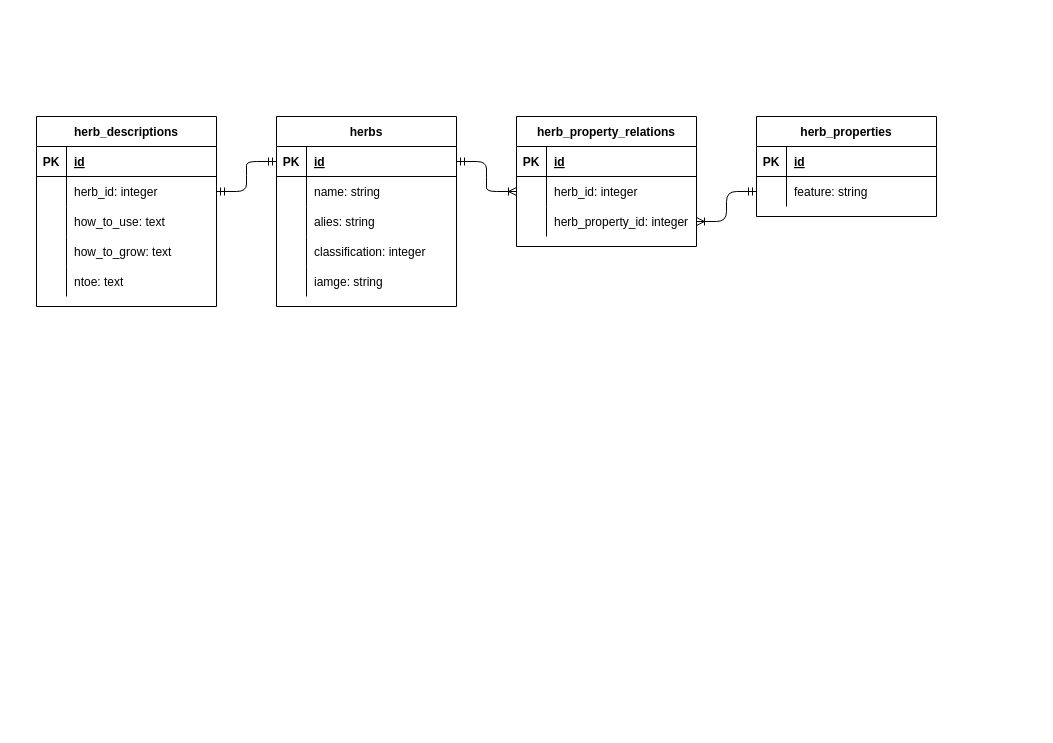
Above: er.dio in atsushi0919/herbnote (draw.io), before the change. Source tidied: cells renumbered, new cells numbered last; positions are measured from the earlier drawing's top-left corner, leaving out a move shared by most shapes. Both pictures are drawn from the tidied source at 100%, with x=0, y=0 at pixel (36, 116).
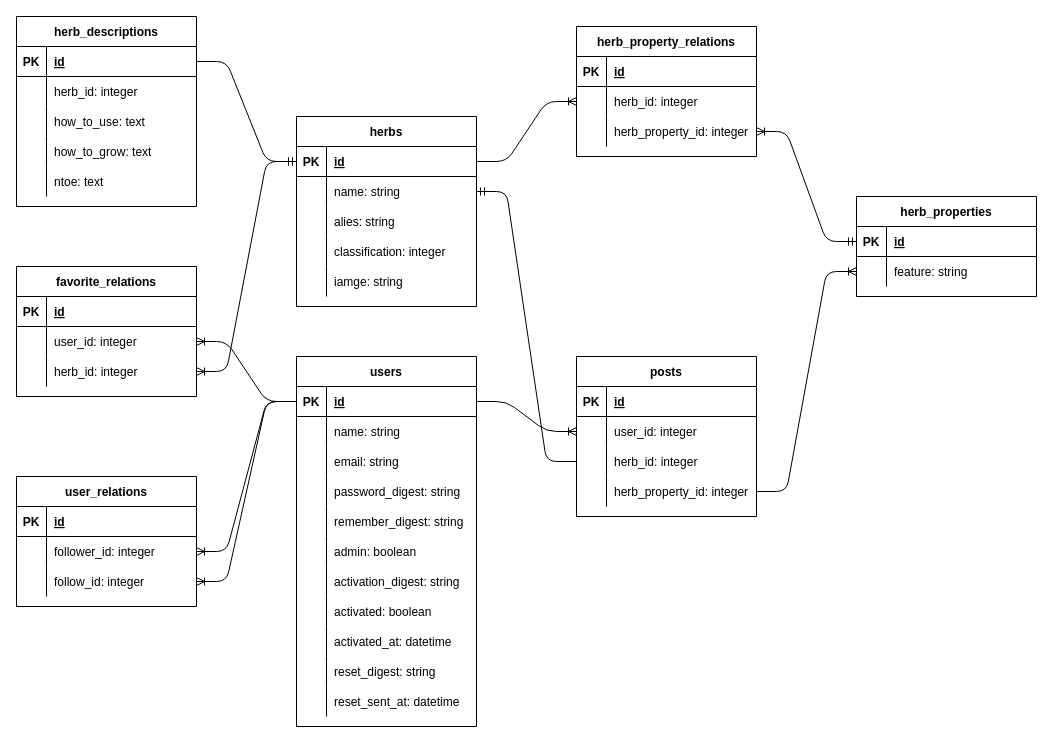
The same diagram, later.

Unchanged cells that the change refers to:
```xml
<mxCell id="3" style="shape=partialRectangle;fillColor=none;top=0;left=0;bottom=1;right=0;points=[[0,0.5],[1,0.5]];portConstraint=eastwest;" parent="2" vertex="1">
  <mxGeometry y="30" width="180" height="30" as="geometry" />
</mxCell>
<mxCell id="6" style="shape=partialRectangle;fillColor=none;top=0;left=0;bottom=0;right=0;points=[[0,0.5],[1,0.5]];portConstraint=eastwest;" parent="2" vertex="1">
  <mxGeometry y="60" width="180" height="30" as="geometry" />
</mxCell>
<mxCell id="19" style="shape=partialRectangle;fillColor=none;top=0;left=0;bottom=1;right=0;points=[[0,0.5],[1,0.5]];portConstraint=eastwest;" parent="18" vertex="1">
  <mxGeometry y="30" width="180" height="30" as="geometry" />
</mxCell>
<mxCell id="22" style="shape=partialRectangle;fillColor=none;top=0;left=0;bottom=0;right=0;points=[[0,0.5],[1,0.5]];portConstraint=eastwest;" parent="18" vertex="1">
  <mxGeometry y="60" width="180" height="30" as="geometry" />
</mxCell>
<mxCell id="29" style="shape=partialRectangle;fillColor=none;top=0;left=0;bottom=0;right=0;points=[[0,0.5],[1,0.5]];portConstraint=eastwest;" parent="25" vertex="1">
  <mxGeometry y="60" width="180" height="30" as="geometry" />
</mxCell>
<mxCell id="32" style="shape=partialRectangle;fillColor=none;top=0;left=0;bottom=0;right=0;points=[[0,0.5],[1,0.5]];portConstraint=eastwest;" parent="25" vertex="1">
  <mxGeometry y="90" width="180" height="30" as="geometry" />
</mxCell>
<mxCell id="38" style="shape=partialRectangle;fillColor=none;top=0;left=0;bottom=1;right=0;points=[[0,0.5],[1,0.5]];portConstraint=eastwest;" parent="37" vertex="1">
  <mxGeometry y="30" width="180" height="30" as="geometry" />
</mxCell>
<mxCell id="41" style="shape=partialRectangle;fillColor=none;top=0;left=0;bottom=0;right=0;points=[[0,0.5],[1,0.5]];portConstraint=eastwest;" parent="37" vertex="1">
  <mxGeometry y="60" width="180" height="30" as="geometry" />
</mxCell>
```

The edit, as a diff of the source:
```diff
@@
     <mxCell id="2" value="herbs" style="shape=table;startSize=30;childLayout=tableLayout;rowLines=0;fontStyle=1;align=center;" parent="1" vertex="1">
-      <mxGeometry x="240" width="180" height="190" as="geometry" />
+      <mxGeometry x="260" width="180" height="190" as="geometry" />
     </mxCell>
@@
     <mxCell id="18" value="herb_properties" style="shape=table;startSize=30;childLayout=tableLayout;rowLines=0;fontStyle=1;align=center;" parent="1" vertex="1">
-      <mxGeometry x="720" width="180" height="100" as="geometry" />
+      <mxGeometry x="820" y="80" width="180" height="100" as="geometry" />
     </mxCell>
@@
     <mxCell id="25" value="herb_property_relations" style="shape=table;startSize=30;childLayout=tableLayout;rowLines=0;fontStyle=1;align=center;" parent="1" vertex="1">
-      <mxGeometry x="480" width="180" height="130" as="geometry" />
+      <mxGeometry x="540" y="-90" width="180" height="130" as="geometry" />
     </mxCell>
@@
-    <mxCell id="35" style="edgeStyle=entityRelationEdgeStyle;fontSize=12;html=1;endArrow=ERoneToMany;startArrow=ERmandOne;exitX=1;exitY=0.5;exitDx=0;exitDy=0;entryX=0;entryY=0.5;entryDx=0;entryDy=0;" parent="1" edge="1" source="3" target="29">
-      <mxGeometry relative="1" as="geometry" />
-    </mxCell>
-    <mxCell id="36" style="edgeStyle=entityRelationEdgeStyle;fontSize=12;html=1;endArrow=ERoneToMany;startArrow=ERmandOne;exitX=0;exitY=0.5;exitDx=0;exitDy=0;entryX=1;entryY=0.5;entryDx=0;entryDy=0;" parent="1" edge="1" source="22" target="32">
+    <mxCell id="36" style="edgeStyle=entityRelationEdgeStyle;fontSize=12;html=1;endArrow=ERoneToMany;startArrow=ERmandOne;exitX=0;exitY=0.5;exitDx=0;exitDy=0;entryX=1;entryY=0.5;entryDx=0;entryDy=0;" parent="1" edge="1" source="19" target="32">
       <mxGeometry relative="1" as="geometry" />
     </mxCell>
     <mxCell id="37" value="herb_descriptions" style="shape=table;startSize=30;childLayout=tableLayout;rowLines=0;fontStyle=1;align=center;" parent="1" vertex="1">
-      <mxGeometry width="180" height="190" as="geometry" />
+      <mxGeometry x="-20" y="-100" width="180" height="190" as="geometry" />
     </mxCell>
@@
-    <mxCell id="53" style="edgeStyle=entityRelationEdgeStyle;fontSize=12;html=1;endArrow=ERmandOne;startArrow=ERmandOne;entryX=0;entryY=0.5;entryDx=0;entryDy=0;exitX=1;exitY=0.5;exitDx=0;exitDy=0;" parent="1" edge="1" source="41" target="3">
-      <mxGeometry relative="1" as="geometry" />
-    </mxCell>
+    <mxCell id="54" value="users" style="shape=table;startSize=30;childLayout=tableLayout;rowLines=0;fontStyle=1;align=center;" parent="1" vertex="1">
+      <mxGeometry x="260" y="240" width="180" height="370" as="geometry" />
+    </mxCell>
+    <mxCell id="55" style="shape=partialRectangle;fillColor=none;top=0;left=0;bottom=1;right=0;points=[[0,0.5],[1,0.5]];portConstraint=eastwest;" parent="54" vertex="1">
+      <mxGeometry y="30" width="180" height="30" as="geometry" />
+    </mxCell>
+    <mxCell id="56" value="PK" style="shape=partialRectangle;fillColor=none;top=0;left=0;bottom=0;right=0;fontStyle=1;overflow=hidden;" parent="55" vertex="1">
+      <mxGeometry width="30" height="30" as="geometry" />
+    </mxCell>
+    <mxCell id="57" value="id" style="shape=partialRectangle;fillColor=none;top=0;left=0;bottom=0;right=0;align=left;spacingLeft=6;fontStyle=5;overflow=hidden;" parent="55" vertex="1">
+      <mxGeometry x="30" width="150" height="30" as="geometry" />
+    </mxCell>
+    <mxCell id="58" style="shape=partialRectangle;fillColor=none;top=0;left=0;bottom=0;right=0;" parent="54" vertex="1">
+      <mxGeometry y="60" width="180" height="30" as="geometry" />
+    </mxCell>
+    <mxCell id="59" style="shape=partialRectangle;fillColor=none;top=0;left=0;bottom=0;right=0;overflow=hidden;" parent="58" vertex="1">
+      <mxGeometry width="30" height="30" as="geometry" />
+    </mxCell>
+    <mxCell id="60" value="name: string" style="shape=partialRectangle;fillColor=none;top=0;left=0;bottom=0;right=0;align=left;spacingLeft=6;overflow=hidden;" parent="58" vertex="1">
+      <mxGeometry x="30" width="150" height="30" as="geometry" />
+    </mxCell>
+    <mxCell id="61" style="shape=partialRectangle;fillColor=none;top=0;left=0;bottom=0;right=0;" parent="54" vertex="1">
+      <mxGeometry y="90" width="180" height="30" as="geometry" />
+    </mxCell>
+    <mxCell id="62" style="shape=partialRectangle;fillColor=none;top=0;left=0;bottom=0;right=0;overflow=hidden;" parent="61" vertex="1">
+      <mxGeometry width="30" height="30" as="geometry" />
+    </mxCell>
+    <mxCell id="63" value="email: string" style="shape=partialRectangle;fillColor=none;top=0;left=0;bottom=0;right=0;align=left;spacingLeft=6;overflow=hidden;" parent="61" vertex="1">
+      <mxGeometry x="30" width="150" height="30" as="geometry" />
+    </mxCell>
+    <mxCell id="64" style="shape=partialRectangle;fillColor=none;top=0;left=0;bottom=0;right=0;" parent="54" vertex="1">
+      <mxGeometry y="120" width="180" height="30" as="geometry" />
+    </mxCell>
+    <mxCell id="65" style="shape=partialRectangle;fillColor=none;top=0;left=0;bottom=0;right=0;overflow=hidden;" parent="64" vertex="1">
+      <mxGeometry width="30" height="30" as="geometry" />
+    </mxCell>
+    <mxCell id="66" value="password_digest: string" style="shape=partialRectangle;fillColor=none;top=0;left=0;bottom=0;right=0;align=left;spacingLeft=6;overflow=hidden;" parent="64" vertex="1">
+      <mxGeometry x="30" width="150" height="30" as="geometry" />
+    </mxCell>
+    <mxCell id="67" style="shape=partialRectangle;fillColor=none;top=0;left=0;bottom=0;right=0;" parent="54" vertex="1">
+      <mxGeometry y="150" width="180" height="30" as="geometry" />
+    </mxCell>
+    <mxCell id="68" style="shape=partialRectangle;fillColor=none;top=0;left=0;bottom=0;right=0;overflow=hidden;" parent="67" vertex="1">
+      <mxGeometry width="30" height="30" as="geometry" />
+    </mxCell>
+    <mxCell id="69" value="remember_digest: string" style="shape=partialRectangle;fillColor=none;top=0;left=0;bottom=0;right=0;align=left;spacingLeft=6;overflow=hidden;" parent="67" vertex="1">
+      <mxGeometry x="30" width="150" height="30" as="geometry" />
+    </mxCell>
+    <mxCell id="70" style="shape=partialRectangle;fillColor=none;top=0;left=0;bottom=0;right=0;" parent="54" vertex="1">
+      <mxGeometry y="180" width="180" height="30" as="geometry" />
+    </mxCell>
+    <mxCell id="71" style="shape=partialRectangle;fillColor=none;top=0;left=0;bottom=0;right=0;overflow=hidden;" parent="70" vertex="1">
+      <mxGeometry width="30" height="30" as="geometry" />
+    </mxCell>
+    <mxCell id="72" value="admin: boolean" style="shape=partialRectangle;fillColor=none;top=0;left=0;bottom=0;right=0;align=left;spacingLeft=6;overflow=hidden;" parent="70" vertex="1">
+      <mxGeometry x="30" width="150" height="30" as="geometry" />
+    </mxCell>
+    <mxCell id="73" style="shape=partialRectangle;fillColor=none;top=0;left=0;bottom=0;right=0;" parent="54" vertex="1">
+      <mxGeometry y="210" width="180" height="30" as="geometry" />
+    </mxCell>
+    <mxCell id="74" style="shape=partialRectangle;fillColor=none;top=0;left=0;bottom=0;right=0;overflow=hidden;" parent="73" vertex="1">
+      <mxGeometry width="30" height="30" as="geometry" />
+    </mxCell>
+    <mxCell id="75" value="activation_digest: string" style="shape=partialRectangle;fillColor=none;top=0;left=0;bottom=0;right=0;align=left;spacingLeft=6;overflow=hidden;" parent="73" vertex="1">
+      <mxGeometry x="30" width="150" height="30" as="geometry" />
+    </mxCell>
+    <mxCell id="76" style="shape=partialRectangle;fillColor=none;top=0;left=0;bottom=0;right=0;" parent="54" vertex="1">
+      <mxGeometry y="240" width="180" height="30" as="geometry" />
+    </mxCell>
+    <mxCell id="77" style="shape=partialRectangle;fillColor=none;top=0;left=0;bottom=0;right=0;overflow=hidden;" parent="76" vertex="1">
+      <mxGeometry width="30" height="30" as="geometry" />
+    </mxCell>
+    <mxCell id="78" value="activated: boolean" style="shape=partialRectangle;fillColor=none;top=0;left=0;bottom=0;right=0;align=left;spacingLeft=6;overflow=hidden;" parent="76" vertex="1">
+      <mxGeometry x="30" width="150" height="30" as="geometry" />
+    </mxCell>
+    <mxCell id="79" style="shape=partialRectangle;fillColor=none;top=0;left=0;bottom=0;right=0;" parent="54" vertex="1">
+      <mxGeometry y="270" width="180" height="30" as="geometry" />
+    </mxCell>
+    <mxCell id="80" style="shape=partialRectangle;fillColor=none;top=0;left=0;bottom=0;right=0;overflow=hidden;" parent="79" vertex="1">
+      <mxGeometry width="30" height="30" as="geometry" />
+    </mxCell>
+    <mxCell id="81" value="activated_at: datetime" style="shape=partialRectangle;fillColor=none;top=0;left=0;bottom=0;right=0;align=left;spacingLeft=6;overflow=hidden;" parent="79" vertex="1">
+      <mxGeometry x="30" width="150" height="30" as="geometry" />
+    </mxCell>
+    <mxCell id="82" style="shape=partialRectangle;fillColor=none;top=0;left=0;bottom=0;right=0;" parent="54" vertex="1">
+      <mxGeometry y="300" width="180" height="30" as="geometry" />
+    </mxCell>
+    <mxCell id="83" style="shape=partialRectangle;fillColor=none;top=0;left=0;bottom=0;right=0;overflow=hidden;" parent="82" vertex="1">
+      <mxGeometry width="30" height="30" as="geometry" />
+    </mxCell>
+    <mxCell id="84" value="reset_digest: string" style="shape=partialRectangle;fillColor=none;top=0;left=0;bottom=0;right=0;align=left;spacingLeft=6;overflow=hidden;" parent="82" vertex="1">
+      <mxGeometry x="30" width="150" height="30" as="geometry" />
+    </mxCell>
+    <mxCell id="85" style="shape=partialRectangle;fillColor=none;top=0;left=0;bottom=0;right=0;" parent="54" vertex="1">
+      <mxGeometry y="330" width="180" height="30" as="geometry" />
+    </mxCell>
+    <mxCell id="86" style="shape=partialRectangle;fillColor=none;top=0;left=0;bottom=0;right=0;overflow=hidden;" parent="85" vertex="1">
+      <mxGeometry width="30" height="30" as="geometry" />
+    </mxCell>
+    <mxCell id="87" value="reset_sent_at: datetime" style="shape=partialRectangle;fillColor=none;top=0;left=0;bottom=0;right=0;align=left;spacingLeft=6;overflow=hidden;" parent="85" vertex="1">
+      <mxGeometry x="30" width="150" height="30" as="geometry" />
+    </mxCell>
+    <mxCell id="88" value="user_relations" style="shape=table;startSize=30;childLayout=tableLayout;rowLines=0;fontStyle=1;align=center;" parent="1" vertex="1">
+      <mxGeometry x="-20" y="360" width="180" height="130" as="geometry" />
+    </mxCell>
+    <mxCell id="89" style="shape=partialRectangle;fillColor=none;top=0;left=0;bottom=1;right=0;" parent="88" vertex="1">
+      <mxGeometry y="30" width="180" height="30" as="geometry" />
+    </mxCell>
+    <mxCell id="90" value="PK" style="shape=partialRectangle;fillColor=none;top=0;left=0;bottom=0;right=0;fontStyle=1;overflow=hidden;" parent="89" vertex="1">
+      <mxGeometry width="30" height="30" as="geometry" />
+    </mxCell>
+    <mxCell id="91" value="id" style="shape=partialRectangle;fillColor=none;top=0;left=0;bottom=0;right=0;align=left;spacingLeft=6;fontStyle=5;overflow=hidden;" parent="89" vertex="1">
+      <mxGeometry x="30" width="150" height="30" as="geometry" />
+    </mxCell>
+    <mxCell id="92" style="shape=partialRectangle;fillColor=none;top=0;left=0;bottom=0;right=0;points=[[0,0.5],[1,0.5]];portConstraint=eastwest;" parent="88" vertex="1">
+      <mxGeometry y="60" width="180" height="30" as="geometry" />
+    </mxCell>
+    <mxCell id="93" style="shape=partialRectangle;fillColor=none;top=0;left=0;bottom=0;right=0;overflow=hidden;" parent="92" vertex="1">
+      <mxGeometry width="30" height="30" as="geometry" />
+    </mxCell>
+    <mxCell id="94" value="follower_id: integer" style="shape=partialRectangle;fillColor=none;top=0;left=0;bottom=0;right=0;align=left;spacingLeft=6;overflow=hidden;" parent="92" vertex="1">
+      <mxGeometry x="30" width="150" height="30" as="geometry" />
+    </mxCell>
+    <mxCell id="95" style="shape=partialRectangle;fillColor=none;top=0;left=0;bottom=0;right=0;points=[[0,0.5],[1,0.5]];portConstraint=eastwest;" parent="88" vertex="1">
+      <mxGeometry y="90" width="180" height="30" as="geometry" />
+    </mxCell>
+    <mxCell id="96" style="shape=partialRectangle;fillColor=none;top=0;left=0;bottom=0;right=0;overflow=hidden;" parent="95" vertex="1">
+      <mxGeometry width="30" height="30" as="geometry" />
+    </mxCell>
+    <mxCell id="97" value="follow_id: integer" style="shape=partialRectangle;fillColor=none;top=0;left=0;bottom=0;right=0;align=left;spacingLeft=6;overflow=hidden;" parent="95" vertex="1">
+      <mxGeometry x="30" width="150" height="30" as="geometry" />
+    </mxCell>
+    <mxCell id="98" style="edgeStyle=entityRelationEdgeStyle;fontSize=12;html=1;endArrow=ERoneToMany;entryX=1;entryY=0.5;entryDx=0;entryDy=0;exitX=0;exitY=0.5;exitDx=0;exitDy=0;" parent="1" edge="1" source="55" target="92">
+      <mxGeometry relative="1" as="geometry" />
+    </mxCell>
+    <mxCell id="99" style="edgeStyle=entityRelationEdgeStyle;fontSize=12;html=1;endArrow=ERoneToMany;entryX=1;entryY=0.5;entryDx=0;entryDy=0;exitX=0;exitY=0.5;exitDx=0;exitDy=0;" parent="1" edge="1" source="55" target="95">
+      <mxGeometry relative="1" as="geometry" />
+    </mxCell>
+    <mxCell id="100" value="posts" style="shape=table;startSize=30;childLayout=tableLayout;rowLines=0;fontStyle=1;align=center;" parent="1" vertex="1">
+      <mxGeometry x="540" y="240" width="180" height="160" as="geometry" />
+    </mxCell>
+    <mxCell id="101" style="shape=partialRectangle;fillColor=none;top=0;left=0;bottom=1;right=0;" parent="100" vertex="1">
+      <mxGeometry y="30" width="180" height="30" as="geometry" />
+    </mxCell>
+    <mxCell id="102" value="PK" style="shape=partialRectangle;fillColor=none;top=0;left=0;bottom=0;right=0;fontStyle=1;overflow=hidden;" parent="101" vertex="1">
+      <mxGeometry width="30" height="30" as="geometry" />
+    </mxCell>
+    <mxCell id="103" value="id" style="shape=partialRectangle;fillColor=none;top=0;left=0;bottom=0;right=0;align=left;spacingLeft=6;fontStyle=5;overflow=hidden;" parent="101" vertex="1">
+      <mxGeometry x="30" width="150" height="30" as="geometry" />
+    </mxCell>
+    <mxCell id="104" style="shape=partialRectangle;fillColor=none;top=0;left=0;bottom=0;right=0;points=[[0,0.5],[1,0.5]];portConstraint=eastwest;" parent="100" vertex="1">
+      <mxGeometry y="60" width="180" height="30" as="geometry" />
+    </mxCell>
+    <mxCell id="105" style="shape=partialRectangle;fillColor=none;top=0;left=0;bottom=0;right=0;overflow=hidden;" parent="104" vertex="1">
+      <mxGeometry width="30" height="30" as="geometry" />
+    </mxCell>
+    <mxCell id="106" value="user_id: integer" style="shape=partialRectangle;fillColor=none;top=0;left=0;bottom=0;right=0;align=left;spacingLeft=6;overflow=hidden;" parent="104" vertex="1">
+      <mxGeometry x="30" width="150" height="30" as="geometry" />
+    </mxCell>
+    <mxCell id="107" style="shape=partialRectangle;fillColor=none;top=0;left=0;bottom=0;right=0;points=[[0,0.5],[1,0.5]];portConstraint=eastwest;" parent="100" vertex="1">
+      <mxGeometry y="90" width="180" height="30" as="geometry" />
+    </mxCell>
+    <mxCell id="108" style="shape=partialRectangle;fillColor=none;top=0;left=0;bottom=0;right=0;overflow=hidden;" parent="107" vertex="1">
+      <mxGeometry width="30" height="30" as="geometry" />
+    </mxCell>
+    <mxCell id="109" value="herb_id: integer" style="shape=partialRectangle;fillColor=none;top=0;left=0;bottom=0;right=0;align=left;spacingLeft=6;overflow=hidden;" parent="107" vertex="1">
+      <mxGeometry x="30" width="150" height="30" as="geometry" />
+    </mxCell>
+    <mxCell id="110" style="shape=partialRectangle;fillColor=none;top=0;left=0;bottom=0;right=0;points=[[0,0.5],[1,0.5]];portConstraint=eastwest;" parent="100" vertex="1">
+      <mxGeometry y="120" width="180" height="30" as="geometry" />
+    </mxCell>
+    <mxCell id="111" style="shape=partialRectangle;fillColor=none;top=0;left=0;bottom=0;right=0;overflow=hidden;" parent="110" vertex="1">
+      <mxGeometry width="30" height="30" as="geometry" />
+    </mxCell>
+    <mxCell id="112" value="herb_property_id: integer" style="shape=partialRectangle;fillColor=none;top=0;left=0;bottom=0;right=0;align=left;spacingLeft=6;overflow=hidden;" parent="110" vertex="1">
+      <mxGeometry x="30" width="150" height="30" as="geometry" />
+    </mxCell>
+    <mxCell id="113" style="edgeStyle=entityRelationEdgeStyle;fontSize=12;html=1;endArrow=ERoneToMany;exitX=1;exitY=0.5;exitDx=0;exitDy=0;entryX=0;entryY=0.5;entryDx=0;entryDy=0;" parent="1" edge="1" source="55" target="104">
+      <mxGeometry relative="1" as="geometry" />
+    </mxCell>
+    <mxCell id="114" style="edgeStyle=entityRelationEdgeStyle;fontSize=12;html=1;endArrow=ERoneToMany;exitX=1;exitY=0.5;exitDx=0;exitDy=0;entryX=0;entryY=0.5;entryDx=0;entryDy=0;" parent="1" edge="1" source="110" target="22">
+      <mxGeometry relative="1" as="geometry" />
+    </mxCell>
+    <mxCell id="115" style="edgeStyle=entityRelationEdgeStyle;fontSize=12;html=1;endArrow=ERmandOne;exitX=0;exitY=0.5;exitDx=0;exitDy=0;entryX=1;entryY=0.5;entryDx=0;entryDy=0;" parent="1" edge="1" source="107" target="6">
+      <mxGeometry relative="1" as="geometry" />
+    </mxCell>
+    <mxCell id="116" value="favorite_relations" style="shape=table;startSize=30;childLayout=tableLayout;rowLines=0;fontStyle=1;align=center;" parent="1" vertex="1">
+      <mxGeometry x="-20" y="150" width="180" height="130" as="geometry" />
+    </mxCell>
+    <mxCell id="117" style="shape=partialRectangle;fillColor=none;top=0;left=0;bottom=1;right=0;" parent="116" vertex="1">
+      <mxGeometry y="30" width="180" height="30" as="geometry" />
+    </mxCell>
+    <mxCell id="118" value="PK" style="shape=partialRectangle;fillColor=none;top=0;left=0;bottom=0;right=0;fontStyle=1;overflow=hidden;" parent="117" vertex="1">
+      <mxGeometry width="30" height="30" as="geometry" />
+    </mxCell>
+    <mxCell id="119" value="id" style="shape=partialRectangle;fillColor=none;top=0;left=0;bottom=0;right=0;align=left;spacingLeft=6;fontStyle=5;overflow=hidden;" parent="117" vertex="1">
+      <mxGeometry x="30" width="150" height="30" as="geometry" />
+    </mxCell>
+    <mxCell id="120" style="shape=partialRectangle;fillColor=none;top=0;left=0;bottom=0;right=0;points=[[0,0.5],[1,0.5]];portConstraint=eastwest;" parent="116" vertex="1">
+      <mxGeometry y="60" width="180" height="30" as="geometry" />
+    </mxCell>
+    <mxCell id="121" style="shape=partialRectangle;fillColor=none;top=0;left=0;bottom=0;right=0;overflow=hidden;" parent="120" vertex="1">
+      <mxGeometry width="30" height="30" as="geometry" />
+    </mxCell>
+    <mxCell id="122" value="user_id: integer" style="shape=partialRectangle;fillColor=none;top=0;left=0;bottom=0;right=0;align=left;spacingLeft=6;overflow=hidden;" parent="120" vertex="1">
+      <mxGeometry x="30" width="150" height="30" as="geometry" />
+    </mxCell>
+    <mxCell id="123" style="shape=partialRectangle;fillColor=none;top=0;left=0;bottom=0;right=0;points=[[0,0.5],[1,0.5]];portConstraint=eastwest;" parent="116" vertex="1">
+      <mxGeometry y="90" width="180" height="30" as="geometry" />
+    </mxCell>
+    <mxCell id="124" style="shape=partialRectangle;fillColor=none;top=0;left=0;bottom=0;right=0;overflow=hidden;" parent="123" vertex="1">
+      <mxGeometry width="30" height="30" as="geometry" />
+    </mxCell>
+    <mxCell id="125" value="herb_id: integer" style="shape=partialRectangle;fillColor=none;top=0;left=0;bottom=0;right=0;align=left;spacingLeft=6;overflow=hidden;" parent="123" vertex="1">
+      <mxGeometry x="30" width="150" height="30" as="geometry" />
+    </mxCell>
+    <mxCell id="126" style="edgeStyle=entityRelationEdgeStyle;fontSize=12;html=1;endArrow=ERoneToMany;exitX=0;exitY=0.5;exitDx=0;exitDy=0;entryX=1;entryY=0.5;entryDx=0;entryDy=0;" parent="1" edge="1" source="55" target="120">
+      <mxGeometry relative="1" as="geometry" />
+    </mxCell>
+    <mxCell id="35" style="edgeStyle=entityRelationEdgeStyle;fontSize=12;html=1;endArrow=ERoneToMany;entryX=0;entryY=0.5;entryDx=0;entryDy=0;exitX=1;exitY=0.5;exitDx=0;exitDy=0;" parent="1" edge="1" source="3" target="29">
+      <mxGeometry relative="1" as="geometry" />
+    </mxCell>
+    <mxCell id="127" style="edgeStyle=entityRelationEdgeStyle;fontSize=12;html=1;endArrow=ERmandOne;exitX=1;exitY=0.5;exitDx=0;exitDy=0;entryX=0;entryY=0.5;entryDx=0;entryDy=0;" parent="1" edge="1" source="38" target="3">
+      <mxGeometry relative="1" as="geometry" />
+    </mxCell>
+    <mxCell id="128" style="edgeStyle=entityRelationEdgeStyle;fontSize=12;html=1;endArrow=ERoneToMany;startArrow=ERmandOne;entryX=1;entryY=0.5;entryDx=0;entryDy=0;exitX=0;exitY=0.5;exitDx=0;exitDy=0;" parent="1" edge="1" source="3" target="123">
+      <mxGeometry relative="1" as="geometry" />
+    </mxCell>
```
